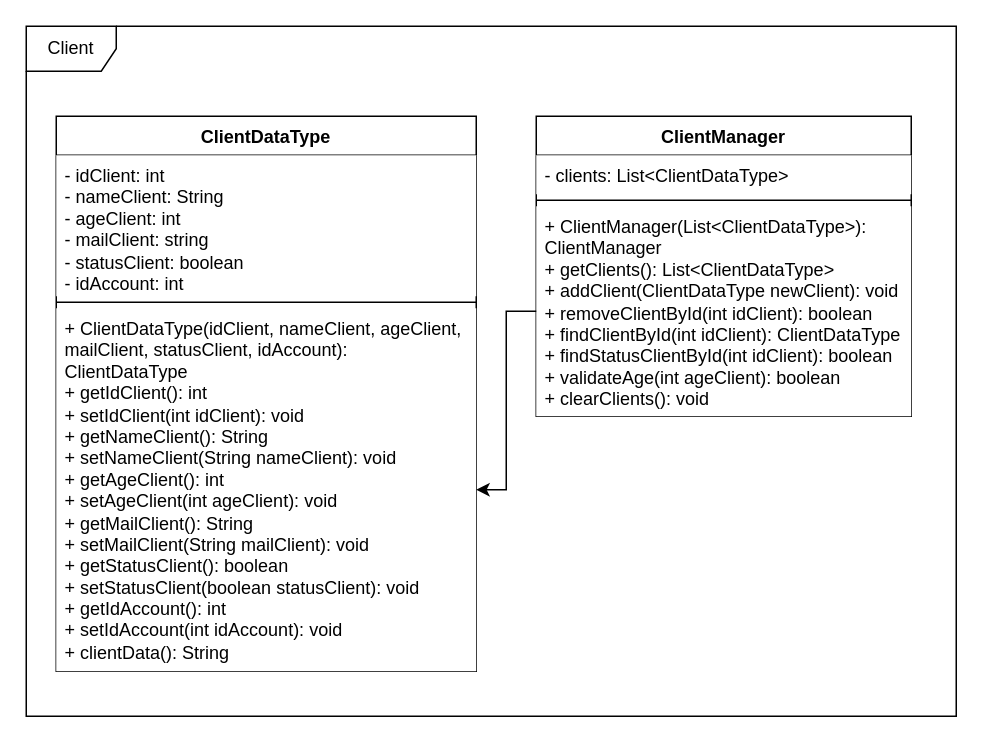
Earlier version of the draw.io diagram bankaccountdoc/requisitos/UML/ClientDataType.drawio (joaoferreirape/BankAccount). Source tidied: cells renumbered, new cells numbered last; positions are measured from the earlier drawing's top-left corner, leaving out a move shared by most shapes. Both pictures are drawn from the tidied source at 150%, with x=0, y=0 at pixel (26, 26).
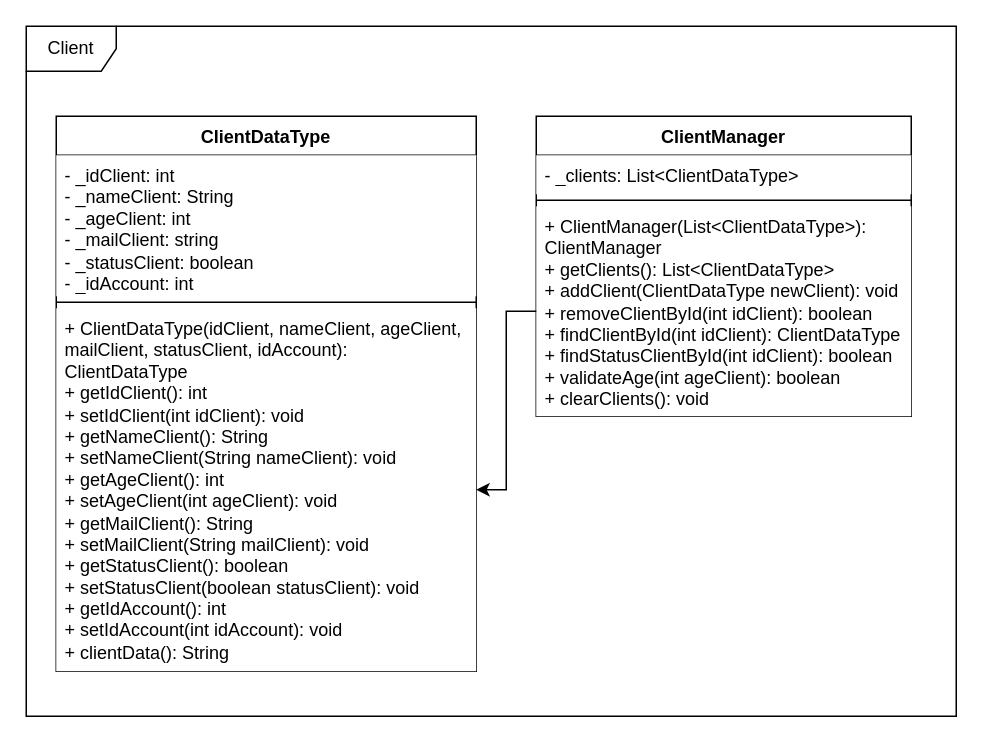
After the change.

What changed in the source:
```diff
@@
 <mxGraphModel>
   <root>
     <mxCell id="0" />
     <mxCell id="1" parent="0" />
     <mxCell id="2" value="Client" style="shape=umlFrame;whiteSpace=wrap;html=1;" parent="1" vertex="1">
       <mxGeometry width="620" height="460" as="geometry" />
     </mxCell>
     <mxCell id="3" value="ClientManager" style="swimlane;fontStyle=1;align=center;verticalAlign=top;horizontal=1;startSize=26;whiteSpace=wrap;html=1;fillColor=#FFFFFF;" parent="1" vertex="1">
       <mxGeometry x="340" y="60" width="250" height="200" as="geometry" />
     </mxCell>
-    <mxCell id="4" value="- clients: List&amp;lt;ClientDataType&amp;gt;" style="text;strokeColor=none;fillColor=#FFFFFF;align=left;verticalAlign=top;spacingLeft=4;spacingRight=4;overflow=hidden;whiteSpace=wrap;html=1;" parent="3" vertex="1">
+    <mxCell id="4" value="- _clients: List&amp;lt;ClientDataType&amp;gt;" style="text;strokeColor=none;fillColor=#FFFFFF;align=left;verticalAlign=top;spacingLeft=4;spacingRight=4;overflow=hidden;whiteSpace=wrap;html=1;" parent="3" vertex="1">
       <mxGeometry y="26" width="250" height="26" as="geometry" />
     </mxCell>
     <mxCell id="5" style="line;strokeWidth=1;fillColor=#FFFFFF;align=left;verticalAlign=middle;spacingTop=-1;spacingLeft=3;spacingRight=3;labelPosition=right;strokeColor=inherit;" parent="3" vertex="1">
       <mxGeometry y="52" width="250" height="8" as="geometry" />
     </mxCell>
     <mxCell id="6" value="+ ClientManager(List&amp;lt;ClientDataType&amp;gt;): ClientManager&lt;div&gt;+ getClients(): List&amp;lt;ClientDataType&amp;gt;&lt;/div&gt;&lt;div&gt;+ addClient(ClientDataType newClient): void&lt;/div&gt;&lt;div&gt;+ removeClientById(int idClient): boolean&lt;/div&gt;&lt;div&gt;+ findClientById(int idClient): ClientDataType&lt;/div&gt;&lt;div&gt;+ findStatusClientById(int idClient): boolean&lt;/div&gt;&lt;div&gt;+ validateAge(int ageClient): boolean&lt;/div&gt;&lt;div&gt;+ clearClients(): void&lt;/div&gt;" style="text;strokeColor=none;fillColor=#FFFFFF;align=left;verticalAlign=top;spacingLeft=4;spacingRight=4;overflow=hidden;points=[[0,0.5],[1,0.5]];portConstraint=eastwest;whiteSpace=wrap;html=1;" parent="3" vertex="1">
       <mxGeometry y="60" width="250" height="140" as="geometry" />
     </mxCell>
     <mxCell id="7" value="ClientDataType" style="swimlane;fontStyle=1;align=center;verticalAlign=top;horizontal=1;startSize=26;whiteSpace=wrap;html=1;fillColor=#FFFFFF;" parent="1" vertex="1">
       <mxGeometry x="20" y="60" width="280" height="370" as="geometry" />
     </mxCell>
-    <mxCell id="8" value="- idClient: int&lt;div&gt;- nameClient: String&lt;/div&gt;&lt;div&gt;- ageClient: int&lt;/div&gt;&lt;div&gt;- mailClient: string&lt;/div&gt;&lt;div&gt;- statusClient: boolean&lt;/div&gt;&lt;div&gt;- idAccount: int&lt;/div&gt;" style="text;strokeColor=none;fillColor=#FFFFFF;align=left;verticalAlign=top;spacingLeft=4;spacingRight=4;overflow=hidden;whiteSpace=wrap;html=1;" parent="7" vertex="1">
+    <mxCell id="8" value="- _idClient: int&lt;div&gt;- _nameClient: String&lt;/div&gt;&lt;div&gt;- _ageClient: int&lt;/div&gt;&lt;div&gt;- _mailClient: string&lt;/div&gt;&lt;div&gt;- _statusClient: boolean&lt;/div&gt;&lt;div&gt;- _idAccount: int&lt;/div&gt;" style="text;strokeColor=none;fillColor=#FFFFFF;align=left;verticalAlign=top;spacingLeft=4;spacingRight=4;overflow=hidden;whiteSpace=wrap;html=1;" parent="7" vertex="1">
       <mxGeometry y="26" width="280" height="94" as="geometry" />
     </mxCell>
     <mxCell id="9" style="line;strokeWidth=1;fillColor=#FFFFFF;align=left;verticalAlign=middle;spacingTop=-1;spacingLeft=3;spacingRight=3;labelPosition=right;strokeColor=inherit;" parent="7" vertex="1">
       <mxGeometry y="120" width="280" height="8" as="geometry" />
     </mxCell>
     <mxCell id="10" value="&lt;div&gt;+ ClientDataType(idClient, nameClient, ageClient, mailClient, statusClient, idAccount): ClientDataType&lt;/div&gt;&lt;div&gt;+ getIdClient(): int&lt;/div&gt;&lt;div&gt;+ setIdClient(int idClient): void&lt;/div&gt;&lt;div&gt;+ getNameClient(): String&lt;/div&gt;&lt;div&gt;+ setNameClient(String nameClient): void&lt;/div&gt;&lt;div&gt;+ getAgeClient(): int&lt;/div&gt;&lt;div&gt;+ setAgeClient(int ageClient): void&lt;/div&gt;&lt;div&gt;+ getMailClient(): String&lt;/div&gt;&lt;div&gt;+ setMailClient(String mailClient): void&lt;/div&gt;&lt;div&gt;+ getStatusClient(): boolean&lt;/div&gt;&lt;div&gt;+ setStatusClient(boolean statusClient): void&lt;/div&gt;&lt;div&gt;+ getIdAccount(): int&lt;/div&gt;&lt;div&gt;+ setIdAccount(int idAccount): void&lt;/div&gt;+ clientData(): String" style="text;strokeColor=none;fillColor=#FFFFFF;align=left;verticalAlign=top;spacingLeft=4;spacingRight=4;overflow=hidden;points=[[0,0.5],[1,0.5]];portConstraint=eastwest;whiteSpace=wrap;html=1;" parent="7" vertex="1">
       <mxGeometry y="128" width="280" height="242" as="geometry" />
     </mxCell>
     <mxCell id="11" style="edgeStyle=orthogonalEdgeStyle;rounded=0;jettySize=auto;html=1;" parent="1" edge="1" source="6" target="10">
       <mxGeometry relative="1" as="geometry" />
     </mxCell>
   </root>
 </mxGraphModel>
```
